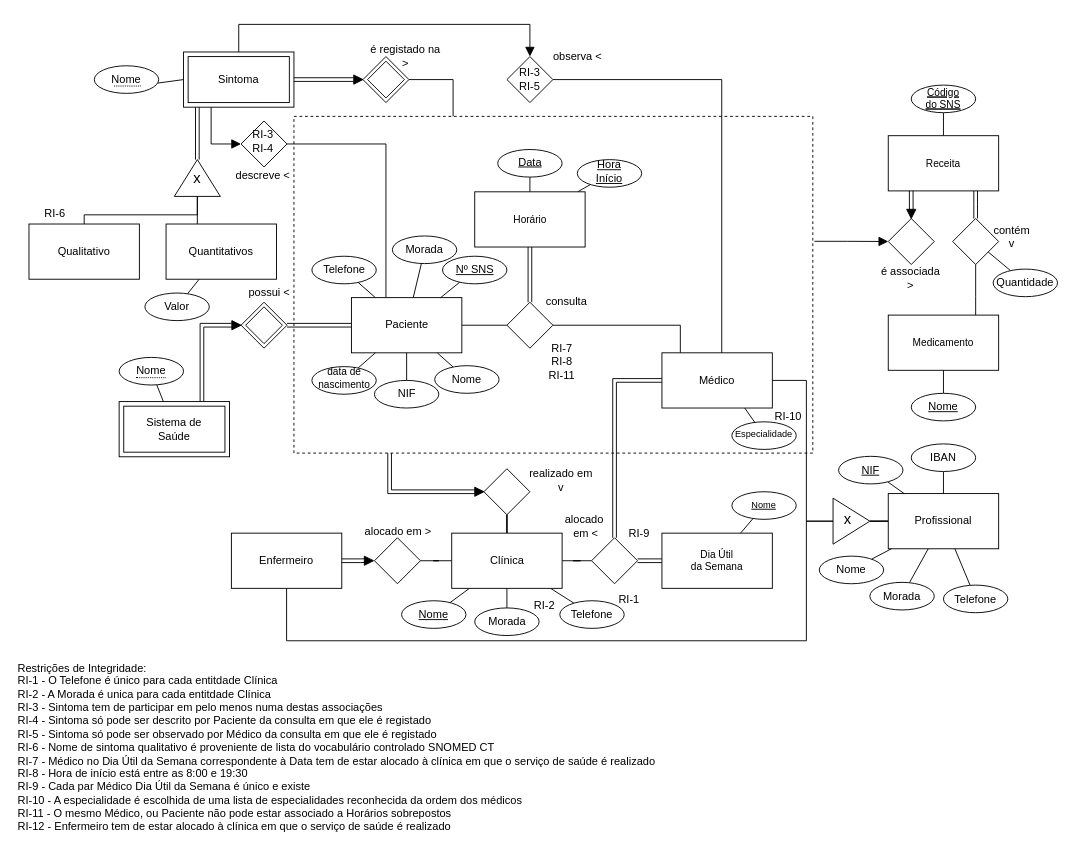
The draw.io diagram page "Page-1" (1 of 2) of p01/EA-Diagram.drawio in SrGesus/bd-projects-23, before the edit. Source tidied: cells renumbered, new cells numbered last; positions are measured from the earlier drawing's top-left corner, leaving out a move shared by most shapes. Both pictures are drawn from the tidied source at 92%, with x=0, y=0 at pixel (16, 24).
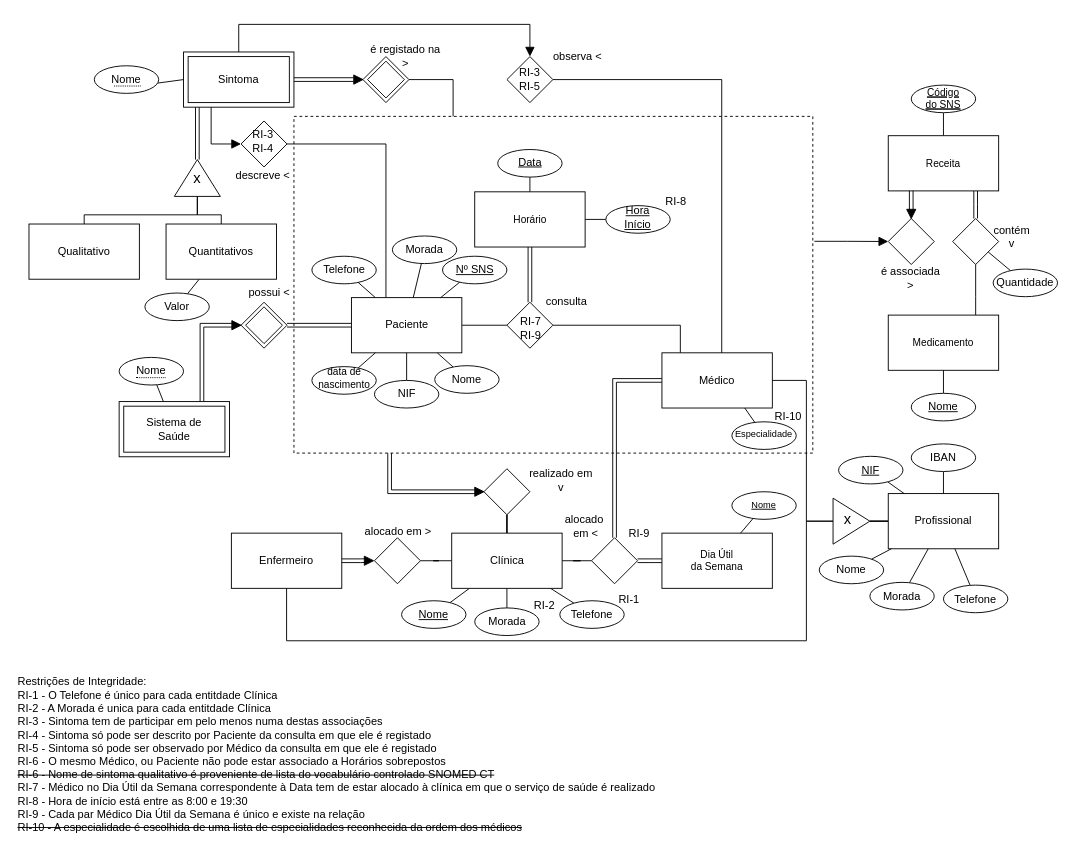
After the change.

The change refers to these unchanged cells:
```xml
<mxCell id="115" value="&lt;div&gt;Quantitativos&lt;/div&gt;" style="whiteSpace=wrap;html=1;" parent="1" vertex="1">
  <mxGeometry x="163" y="217" width="120" height="60" as="geometry" />
</mxCell>
<mxCell id="118" value="x" style="triangle;whiteSpace=wrap;html=1;verticalAlign=middle;align=center;spacingTop=0;spacingBottom=0;spacingLeft=0;spacing=0;fontSize=16;direction=north;" parent="1" vertex="1">
  <mxGeometry x="172" y="147" width="50" height="40" as="geometry" />
</mxCell>
```

Change to the diagram source:
```diff
@@
-    <mxCell id="5" value="&lt;div align=&quot;left&quot;&gt;Restrições de Integridade:&lt;/div&gt;&lt;div align=&quot;left&quot;&gt;RI-1 - O Telefone é único para cada entitdade Clínica&lt;br&gt;RI-2 - A Morada é unica para cada entitdade Clínica&lt;br&gt;&lt;/div&gt;&lt;div align=&quot;left&quot;&gt;RI-3 - Sintoma tem de participar em pelo menos numa destas associações&lt;br&gt;&lt;/div&gt;&lt;div&gt;RI-4 - Sintoma só pode ser descrito por Paciente da consulta em que ele é registado&lt;/div&gt;&lt;div&gt;RI-5 - Sintoma só pode ser observado por Médico da consulta em que ele é registado&lt;/div&gt;&lt;div&gt;RI-6 - Nome de sintoma qualitativo é proveniente de lista do vocabulário controlado SNOMED CT&lt;br&gt;&lt;/div&gt;&lt;div&gt;RI-7 - Médico no Dia Útil da Semana correspondente à Data tem de estar alocado à clínica em que o serviço de saúde é realizado&lt;br&gt;RI-8 - Hora de início está entre as 8:00 e 19:30&lt;/div&gt;&lt;div&gt;RI-9 - Cada par Médico Dia Útil da Semana é único e existe&lt;/div&gt;&lt;div&gt;RI-10 - A especialidade é escolhida de uma lista de especialidades reconhecida da ordem dos médicos&lt;br&gt;&lt;/div&gt;&lt;div&gt;RI-11 - O mesmo Médico, ou Paciente não pode estar associado a Horários sobrepostos&lt;/div&gt;&lt;div&gt;RI-12 - Enfermeiro tem de estar alocado à clínica em que o serviço de saúde é realizado&lt;/div&gt;&lt;div&gt;&lt;br&gt;&lt;/div&gt;" style="text;html=1;align=left;verticalAlign=middle;strokeColor=none;fillColor=none;" parent="1" vertex="1">
-      <mxGeometry y="686" width="691" height="214" as="geometry" />
+    <mxCell id="5" value="&lt;div align=&quot;left&quot;&gt;Restrições de Integridade:&lt;/div&gt;&lt;div align=&quot;left&quot;&gt;RI-1 - O Telefone é único para cada entitdade Clínica&lt;br&gt;RI-2 - A Morada é unica para cada entitdade Clínica&lt;br&gt;&lt;/div&gt;&lt;div align=&quot;left&quot;&gt;RI-3 - Sintoma tem de participar em pelo menos numa destas associações&lt;br&gt;&lt;/div&gt;&lt;div&gt;RI-4 - Sintoma só pode ser descrito por Paciente da consulta em que ele é registado&lt;/div&gt;&lt;div&gt;RI-5 - Sintoma só pode ser observado por Médico da consulta em que ele é registado&lt;/div&gt;&lt;div&gt;&lt;div&gt;RI-6 - O mesmo Médico, ou Paciente não pode estar associado a Horários sobrepostos&lt;/div&gt;&lt;/div&gt;&lt;div&gt;&lt;strike&gt;RI-6 - Nome de sintoma qualitativo é proveniente de lista do vocabulário controlado SNOMED CT&lt;/strike&gt;&lt;br&gt;&lt;/div&gt;&lt;div&gt;RI-7 - Médico no Dia Útil da Semana correspondente à Data tem de estar alocado à clínica em que o serviço de saúde é realizado&lt;br&gt;RI-8 - Hora de início está entre as 8:00 e 19:30&lt;/div&gt;&lt;div&gt;RI-9 - Cada par Médico Dia Útil da Semana é único e existe na relação&lt;br&gt;&lt;/div&gt;&lt;div&gt;&lt;strike&gt;RI-10 - A especialidade é escolhida de uma lista de especialidades reconhecida da ordem dos médicos&lt;/strike&gt;&lt;br&gt;&lt;/div&gt;" style="text;html=1;align=left;verticalAlign=middle;strokeColor=none;fillColor=none;" parent="1" vertex="1">
+      <mxGeometry y="701" width="691" height="185" as="geometry" />
     </mxCell>
@@
     <mxCell id="39" value="Hora&lt;br&gt;Início" style="ellipse;whiteSpace=wrap;html=1;align=center;fontStyle=4;verticalAlign=bottom;spacingBottom=0;" parent="1" vertex="1">
-      <mxGeometry x="610" y="147" width="70" height="30" as="geometry" />
+      <mxGeometry x="641" y="197" width="70" height="30" as="geometry" />
     </mxCell>
@@
     <mxCell id="117" style="edgeStyle=orthogonalEdgeStyle;rounded=0;jettySize=auto;html=1;endArrow=none;endFill=0;" parent="1" edge="1" source="115" target="118">
       <mxGeometry relative="1" as="geometry">
         <Array as="points">
-          <mxPoint x="197" y="200" />
-          <mxPoint x="197" y="200" />
+          <mxPoint x="223" y="207" />
+          <mxPoint x="197" y="207" />
         </Array>
       </mxGeometry>
     </mxCell>
@@
-    <mxCell id="130" value="RI-7&lt;br&gt;&lt;div&gt;RI-8&lt;/div&gt;&lt;div&gt;RI-11&lt;br&gt;&lt;/div&gt;" style="text;html=1;align=center;verticalAlign=middle;strokeColor=none;fillColor=none;" parent="1" vertex="1">
-      <mxGeometry x="569" y="339" width="47" height="55" as="geometry" />
+    <mxCell id="130" value="RI-7&lt;br&gt;&lt;div&gt;RI-9&lt;br&gt;&lt;/div&gt;" style="text;html=1;align=center;verticalAlign=middle;strokeColor=none;fillColor=none;" parent="1" vertex="1">
+      <mxGeometry x="538.5" y="309" width="40" height="41" as="geometry" />
     </mxCell>
@@
-    <mxCell id="135" value="RI-6" style="text;html=1;align=center;verticalAlign=middle;strokeColor=none;fillColor=none;" parent="1" vertex="1">
-      <mxGeometry x="22" y="193" width="40" height="26" as="geometry" />
-    </mxCell>
+    <mxCell id="136" value="&lt;div&gt;RI-8&lt;/div&gt;" style="text;html=1;align=center;verticalAlign=middle;strokeColor=none;fillColor=none;" parent="1" vertex="1">
+      <mxGeometry x="697" y="180" width="40" height="26" as="geometry" />
+    </mxCell>
```
